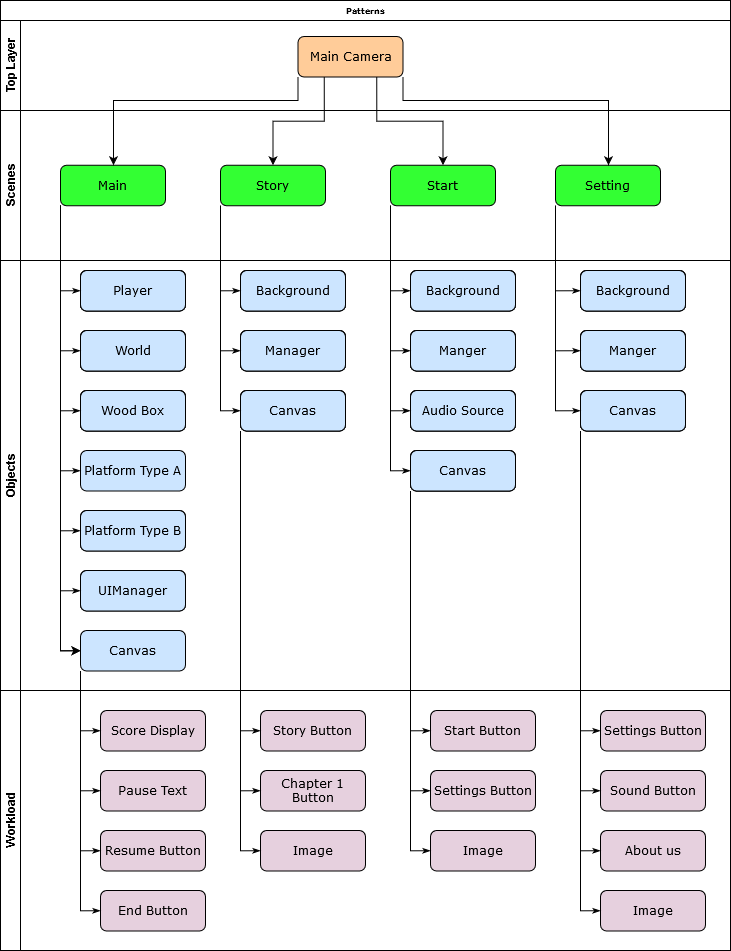
GabrielBalzer/tedsquest_documentation keeps this draw.io diagram as Pattern_diag.png. Above is the earlier version. Source tidied: cells renumbered, new cells last; positions are measured from the earlier drawing's top-left corner, leaving out a move shared by most shapes.
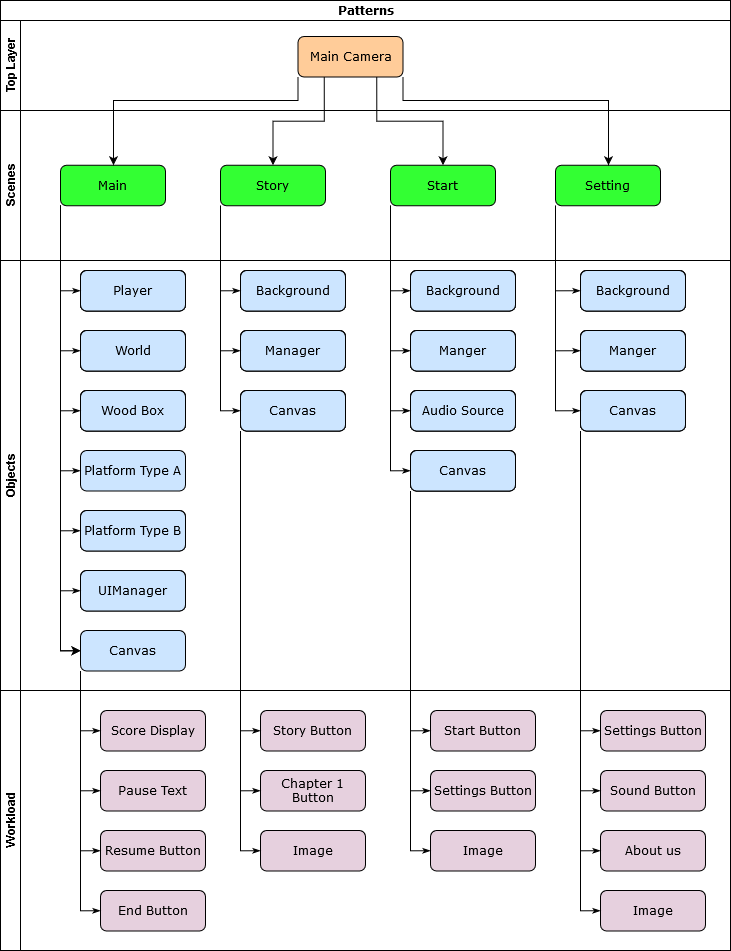
After the change.

Diff of the diagram source:
```diff
@@ -2,7 +2,7 @@
   <root>
     <mxCell id="0" />
     <mxCell id="1" parent="0" />
-    <mxCell id="2" value="Patterns" style="swimlane;html=1;horizontal=1;startSize=20;rounded=0;shadow=0;labelBackgroundColor=none;strokeWidth=1;fontFamily=Verdana;fontSize=8;align=center;" parent="1" vertex="1">
+    <mxCell id="2" value="&lt;font style=&quot;font-size: 12px&quot;&gt;Patterns&lt;/font&gt;" style="swimlane;html=1;horizontal=1;startSize=20;rounded=0;shadow=0;labelBackgroundColor=none;strokeWidth=1;fontFamily=Verdana;fontSize=8;align=center;" parent="1" vertex="1">
       <mxGeometry width="730" height="950" as="geometry" />
     </mxCell>
     <mxCell id="3" value="Top Layer" style="swimlane;html=1;startSize=20;horizontal=0;" parent="2" vertex="1">
```
